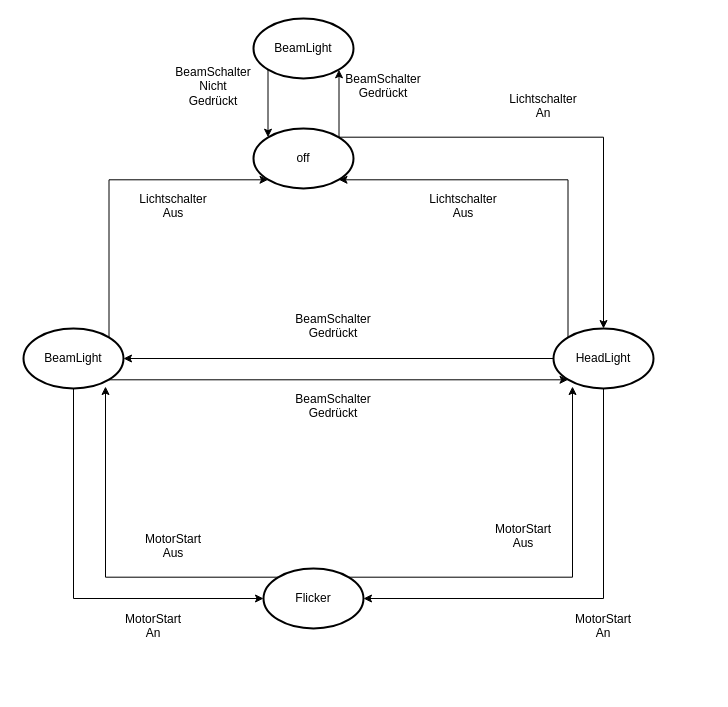
Before: documentation/Architecture/StateMachineHeadLight.drawio in Robbs13/LandRover_ESP32, a draw.io diagram. Source tidied: cells renumbered, new cells numbered last; positions are measured from the earlier drawing's top-left corner, leaving out a move shared by most shapes. Both pictures are drawn from the tidied source at 100%, with x=0, y=0 at pixel (23, 18).
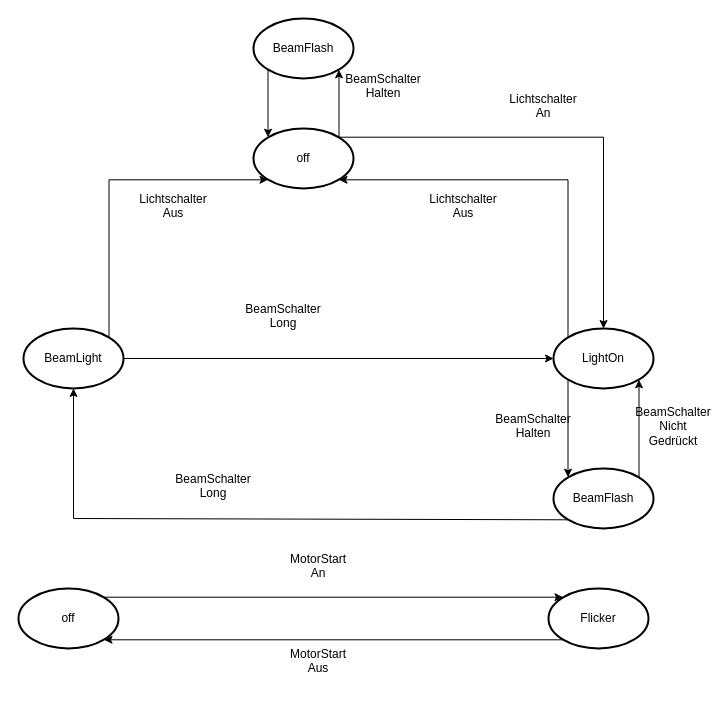
After the change.

The change refers to these unchanged cells:
```xml
<mxCell id="5" value="BeamLight" style="strokeWidth=2;html=1;shape=mxgraph.flowchart.start_1;whiteSpace=wrap;" parent="1" vertex="1">
  <mxGeometry y="310" width="100" height="60" as="geometry" />
</mxCell>
```

The edit, as a diff of the source:
```diff
@@
-    <mxCell id="3" style="edgeStyle=orthogonalEdgeStyle;rounded=0;jettySize=auto;html=1;exitX=0;exitY=0.5;exitDx=0;exitDy=0;exitPerimeter=0;" parent="1" edge="1" source="4" target="5">
-      <mxGeometry relative="1" as="geometry" />
-    </mxCell>
-    <mxCell id="4" value="HeadLight" style="strokeWidth=2;html=1;shape=mxgraph.flowchart.start_1;whiteSpace=wrap;" parent="1" vertex="1">
+    <mxCell id="4" value="LightOn" style="strokeWidth=2;html=1;shape=mxgraph.flowchart.start_1;whiteSpace=wrap;" parent="1" vertex="1">
       <mxGeometry x="530" y="310" width="100" height="60" as="geometry" />
     </mxCell>
@@
     <mxCell id="6" value="Flicker" style="strokeWidth=2;html=1;shape=mxgraph.flowchart.start_1;whiteSpace=wrap;" parent="1" vertex="1">
-      <mxGeometry x="240" y="550" width="100" height="60" as="geometry" />
+      <mxGeometry x="525" y="570" width="100" height="60" as="geometry" />
     </mxCell>
-    <mxCell id="7" style="edgeStyle=orthogonalEdgeStyle;rounded=0;jettySize=auto;html=1;exitX=0.5;exitY=1;exitDx=0;exitDy=0;exitPerimeter=0;entryX=1;entryY=0.5;entryDx=0;entryDy=0;entryPerimeter=0;" parent="1" edge="1" source="4" target="6">
-      <mxGeometry relative="1" as="geometry" />
-    </mxCell>
     <mxCell id="8" value="MotorStart An&lt;div&gt;&lt;br&gt;&lt;/div&gt;" style="text;html=1;whiteSpace=wrap;strokeColor=none;fillColor=none;align=center;verticalAlign=middle;rounded=0;" parent="1" vertex="1">
-      <mxGeometry x="550" y="600" width="60" height="30" as="geometry" />
+      <mxGeometry x="265" y="540" width="60" height="30" as="geometry" />
     </mxCell>
-    <mxCell id="9" style="edgeStyle=orthogonalEdgeStyle;rounded=0;jettySize=auto;html=1;exitX=0.855;exitY=0.145;exitDx=0;exitDy=0;exitPerimeter=0;entryX=0.19;entryY=0.967;entryDx=0;entryDy=0;entryPerimeter=0;" parent="1" edge="1" source="6" target="4">
-      <mxGeometry relative="1" as="geometry" />
-    </mxCell>
@@
     <mxCell id="11" value="MotorStart Aus&lt;div&gt;&lt;br&gt;&lt;/div&gt;" style="text;html=1;whiteSpace=wrap;strokeColor=none;fillColor=none;align=center;verticalAlign=middle;rounded=0;" parent="1" vertex="1">
-      <mxGeometry x="470" y="510" width="60" height="30" as="geometry" />
+      <mxGeometry x="265" y="635" width="60" height="30" as="geometry" />
     </mxCell>
-    <mxCell id="12" value="BeamSchalter&lt;div&gt;Gedrückt&lt;/div&gt;&lt;div&gt;&lt;br&gt;&lt;/div&gt;" style="text;html=1;whiteSpace=wrap;strokeColor=none;fillColor=none;align=center;verticalAlign=middle;rounded=0;" parent="1" vertex="1">
+    <mxCell id="12" value="BeamSchalter&lt;div&gt;Halten&lt;/div&gt;&lt;div&gt;&lt;br&gt;&lt;/div&gt;" style="text;html=1;whiteSpace=wrap;strokeColor=none;fillColor=none;align=center;verticalAlign=middle;rounded=0;" parent="1" vertex="1">
       <mxGeometry x="330" y="60" width="60" height="30" as="geometry" />
     </mxCell>
     <mxCell id="13" value="BeamSchalter&lt;div&gt;Nicht Gedrückt&lt;/div&gt;&lt;div&gt;&lt;br&gt;&lt;/div&gt;" style="text;html=1;whiteSpace=wrap;strokeColor=none;fillColor=none;align=center;verticalAlign=middle;rounded=0;" parent="1" vertex="1">
-      <mxGeometry x="160" y="60" width="60" height="30" as="geometry" />
+      <mxGeometry x="620" y="400" width="60" height="30" as="geometry" />
     </mxCell>
@@
-    <mxCell id="15" value="BeamSchalter&lt;div&gt;Gedrückt&lt;/div&gt;&lt;div&gt;&lt;br&gt;&lt;/div&gt;" style="text;html=1;whiteSpace=wrap;strokeColor=none;fillColor=none;align=center;verticalAlign=middle;rounded=0;" parent="1" vertex="1">
-      <mxGeometry x="280" y="300" width="60" height="30" as="geometry" />
+    <mxCell id="15" value="BeamSchalter&lt;div&gt;Long&lt;/div&gt;&lt;div&gt;&lt;br&gt;&lt;/div&gt;" style="text;html=1;whiteSpace=wrap;strokeColor=none;fillColor=none;align=center;verticalAlign=middle;rounded=0;" parent="1" vertex="1">
+      <mxGeometry x="230" y="290" width="60" height="30" as="geometry" />
     </mxCell>
-    <mxCell id="16" style="edgeStyle=orthogonalEdgeStyle;rounded=0;jettySize=auto;html=1;exitX=0.855;exitY=0.855;exitDx=0;exitDy=0;exitPerimeter=0;entryX=0.145;entryY=0.855;entryDx=0;entryDy=0;entryPerimeter=0;" parent="1" edge="1" source="5" target="4">
-      <mxGeometry relative="1" as="geometry" />
-    </mxCell>
-    <mxCell id="17" value="BeamSchalter&lt;div&gt;Gedrückt&lt;/div&gt;&lt;div&gt;&lt;br&gt;&lt;/div&gt;" style="text;html=1;whiteSpace=wrap;strokeColor=none;fillColor=none;align=center;verticalAlign=middle;rounded=0;" parent="1" vertex="1">
-      <mxGeometry x="280" y="380" width="60" height="30" as="geometry" />
-    </mxCell>
-    <mxCell id="18" style="edgeStyle=orthogonalEdgeStyle;rounded=0;jettySize=auto;html=1;exitX=0.5;exitY=1;exitDx=0;exitDy=0;exitPerimeter=0;entryX=0;entryY=0.5;entryDx=0;entryDy=0;entryPerimeter=0;" parent="1" edge="1" source="5" target="6">
-      <mxGeometry relative="1" as="geometry" />
-    </mxCell>
-    <mxCell id="19" value="MotorStart An&lt;div&gt;&lt;br&gt;&lt;/div&gt;" style="text;html=1;whiteSpace=wrap;strokeColor=none;fillColor=none;align=center;verticalAlign=middle;rounded=0;" parent="1" vertex="1">
-      <mxGeometry x="100" y="600" width="60" height="30" as="geometry" />
-    </mxCell>
-    <mxCell id="20" style="edgeStyle=orthogonalEdgeStyle;rounded=0;jettySize=auto;html=1;exitX=0.145;exitY=0.145;exitDx=0;exitDy=0;exitPerimeter=0;entryX=0.82;entryY=0.967;entryDx=0;entryDy=0;entryPerimeter=0;" parent="1" edge="1" source="6" target="5">
-      <mxGeometry relative="1" as="geometry" />
-    </mxCell>
-    <mxCell id="21" value="MotorStart Aus&lt;div&gt;&lt;br&gt;&lt;/div&gt;" style="text;html=1;whiteSpace=wrap;strokeColor=none;fillColor=none;align=center;verticalAlign=middle;rounded=0;" parent="1" vertex="1">
-      <mxGeometry x="120" y="520" width="60" height="30" as="geometry" />
-    </mxCell>
-    <mxCell id="22" value="BeamLight" style="strokeWidth=2;html=1;shape=mxgraph.flowchart.start_1;whiteSpace=wrap;" parent="1" vertex="1">
+    <mxCell id="22" value="BeamFlash" style="strokeWidth=2;html=1;shape=mxgraph.flowchart.start_1;whiteSpace=wrap;" parent="1" vertex="1">
       <mxGeometry x="230" width="100" height="60" as="geometry" />
     </mxCell>
@@
+    <mxCell id="29" value="off" style="strokeWidth=2;html=1;shape=mxgraph.flowchart.start_1;whiteSpace=wrap;" parent="1" vertex="1">
+      <mxGeometry x="-5" y="570" width="100" height="60" as="geometry" />
+    </mxCell>
+    <mxCell id="30" style="edgeStyle=orthogonalEdgeStyle;rounded=0;jettySize=auto;html=1;exitX=0.855;exitY=0.145;exitDx=0;exitDy=0;exitPerimeter=0;entryX=0.145;entryY=0.145;entryDx=0;entryDy=0;entryPerimeter=0;" parent="1" edge="1" source="29" target="6">
+      <mxGeometry relative="1" as="geometry" />
+    </mxCell>
+    <mxCell id="31" style="edgeStyle=orthogonalEdgeStyle;rounded=0;jettySize=auto;html=1;exitX=0.145;exitY=0.855;exitDx=0;exitDy=0;exitPerimeter=0;entryX=0.855;entryY=0.855;entryDx=0;entryDy=0;entryPerimeter=0;" parent="1" edge="1" source="6" target="29">
+      <mxGeometry relative="1" as="geometry" />
+    </mxCell>
+    <mxCell id="32" value="BeamFlash" style="strokeWidth=2;html=1;shape=mxgraph.flowchart.start_1;whiteSpace=wrap;" parent="1" vertex="1">
+      <mxGeometry x="530" y="450" width="100" height="60" as="geometry" />
+    </mxCell>
+    <mxCell id="33" style="endArrow=classic;html=1;rounded=0;entryX=0.145;entryY=0.145;entryDx=0;entryDy=0;entryPerimeter=0;exitX=0.145;exitY=0.855;exitDx=0;exitDy=0;exitPerimeter=0;" parent="1" edge="1" source="4" target="32">
+      <mxGeometry relative="1" as="geometry" />
+    </mxCell>
+    <mxCell id="34" style="endArrow=classic;html=1;rounded=0;entryX=0.855;entryY=0.855;entryDx=0;entryDy=0;entryPerimeter=0;exitX=0.855;exitY=0.145;exitDx=0;exitDy=0;exitPerimeter=0;" parent="1" edge="1" source="32" target="4">
+      <mxGeometry relative="1" as="geometry" />
+    </mxCell>
+    <mxCell id="35" value="BeamSchalter&lt;div&gt;Halten&lt;/div&gt;&lt;div&gt;&lt;br&gt;&lt;/div&gt;" style="text;html=1;whiteSpace=wrap;strokeColor=none;fillColor=none;align=center;verticalAlign=middle;rounded=0;" parent="1" vertex="1">
+      <mxGeometry x="480" y="400" width="60" height="30" as="geometry" />
+    </mxCell>
+    <mxCell id="36" style="endArrow=classic;html=1;rounded=0;entryX=0.5;entryY=1;entryDx=0;entryDy=0;entryPerimeter=0;exitX=0.145;exitY=0.855;exitDx=0;exitDy=0;exitPerimeter=0;" parent="1" edge="1" source="32" target="5">
+      <mxGeometry relative="1" as="geometry">
+        <Array as="points">
+          <mxPoint x="50" y="500" />
+        </Array>
+      </mxGeometry>
+    </mxCell>
+    <mxCell id="16" style="endArrow=classic;html=1;rounded=0;exitX=1;exitY=0.5;exitDx=0;exitDy=0;exitPerimeter=0;entryX=0;entryY=0.5;entryDx=0;entryDy=0;entryPerimeter=0;" parent="1" edge="1" source="5" target="4">
+      <mxGeometry relative="1" as="geometry" />
+    </mxCell>
+    <mxCell id="37" value="BeamSchalter&lt;div&gt;Long&lt;/div&gt;&lt;div&gt;&lt;br&gt;&lt;/div&gt;" style="text;html=1;whiteSpace=wrap;strokeColor=none;fillColor=none;align=center;verticalAlign=middle;rounded=0;" parent="1" vertex="1">
+      <mxGeometry x="160" y="460" width="60" height="30" as="geometry" />
+    </mxCell>
```
